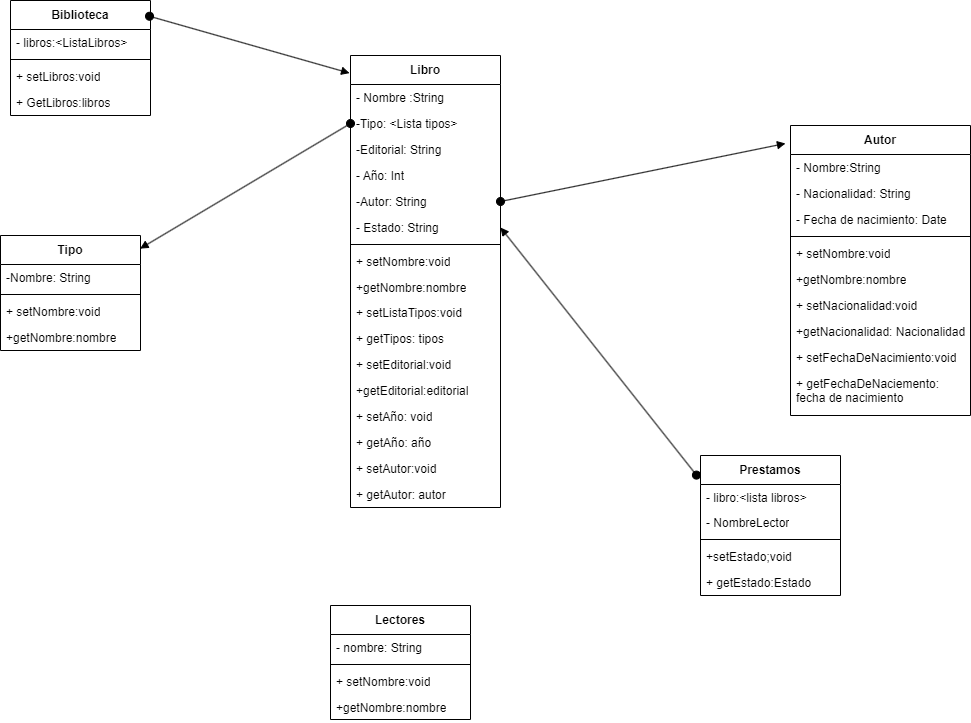
Earlier version of the draw.io export Diagrama de clases/biblioteca.drawio.png (adogonz23/ETS). Source tidied: cells renumbered, new cells last; positions are measured from the earlier drawing's top-left corner, leaving out a move shared by most shapes.
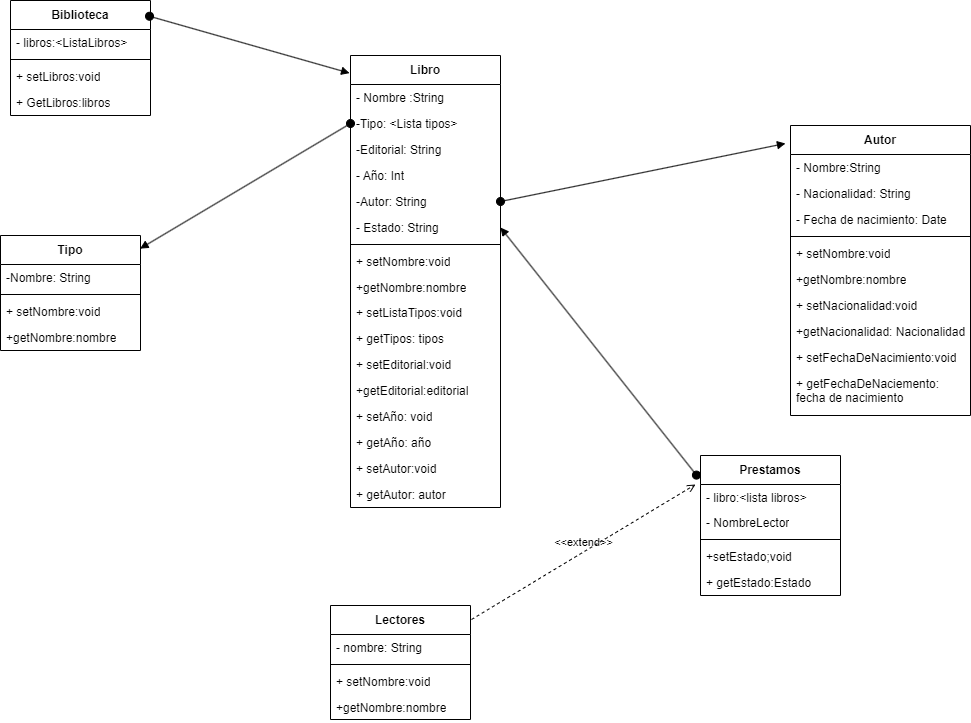
Later version of the same file.

Change to the diagram source:
```diff
@@ -164,5 +164,8 @@
     <mxCell id="55" style="html=1;verticalAlign=bottom;startArrow=oval;startFill=1;endArrow=block;startSize=8;curved=0;rounded=0;exitX=1;exitY=0.5;exitDx=0;exitDy=0;entryX=-0.028;entryY=0.062;entryDx=0;entryDy=0;entryPerimeter=0;" parent="1" edge="1" source="7" target="25">
       <mxGeometry relative="1" as="geometry" />
     </mxCell>
+    <mxCell id="56" value="&amp;lt;&amp;lt;extend&amp;gt;&amp;gt;" style="html=1;verticalAlign=bottom;labelBackgroundColor=none;endArrow=open;endFill=0;dashed=1;rounded=0;exitX=1.007;exitY=0.123;exitDx=0;exitDy=0;exitPerimeter=0;entryX=-0.036;entryY=0;entryDx=0;entryDy=0;entryPerimeter=0;" parent="1" edge="1" source="36" target="47">
+      <mxGeometry relative="1" as="geometry" />
+    </mxCell>
   </root>
 </mxGraphModel>
```
